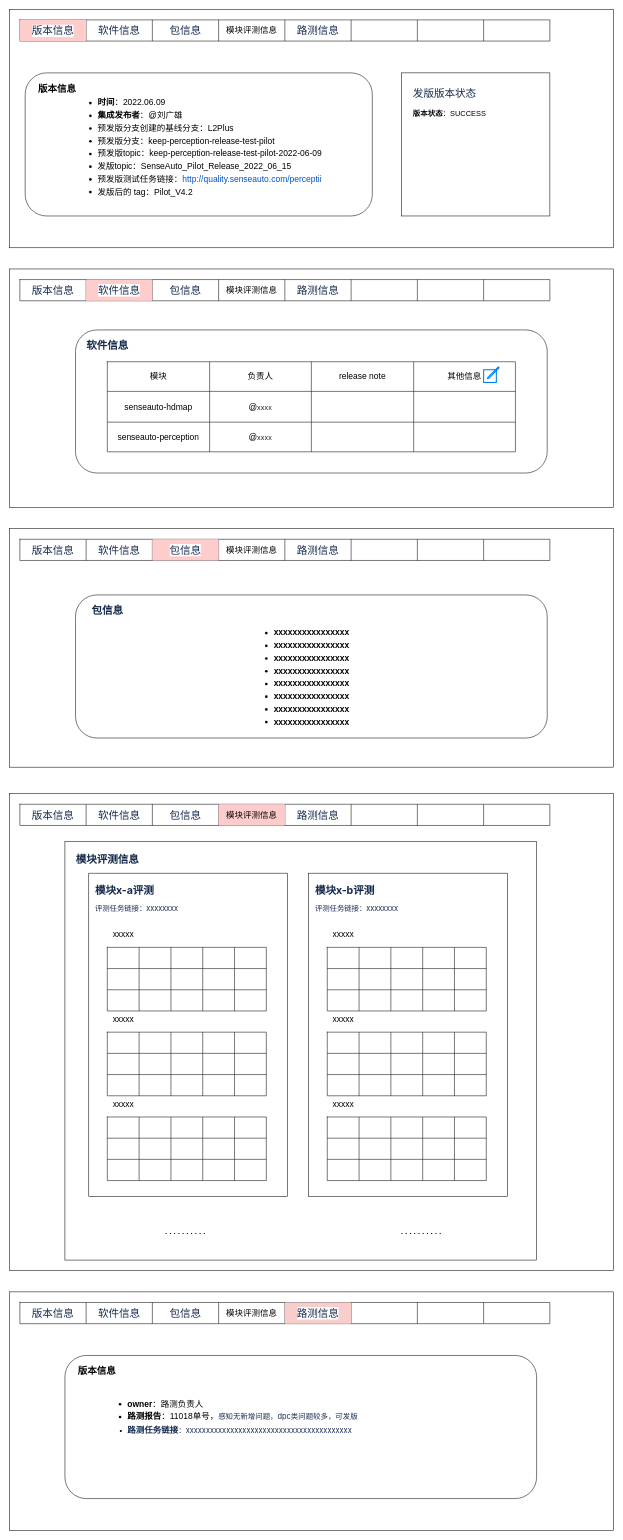
isAlbertYu/diagrams keeps this draw.io diagram as 发版测试报告.drawio. Above is the earlier version. Source tidied: cells renumbered, new cells numbered last; positions are measured from the earlier drawing's top-left corner, leaving out a move shared by most shapes. Both pictures are drawn from the tidied source at 53%, with x=0, y=0 at pixel (9, 9).
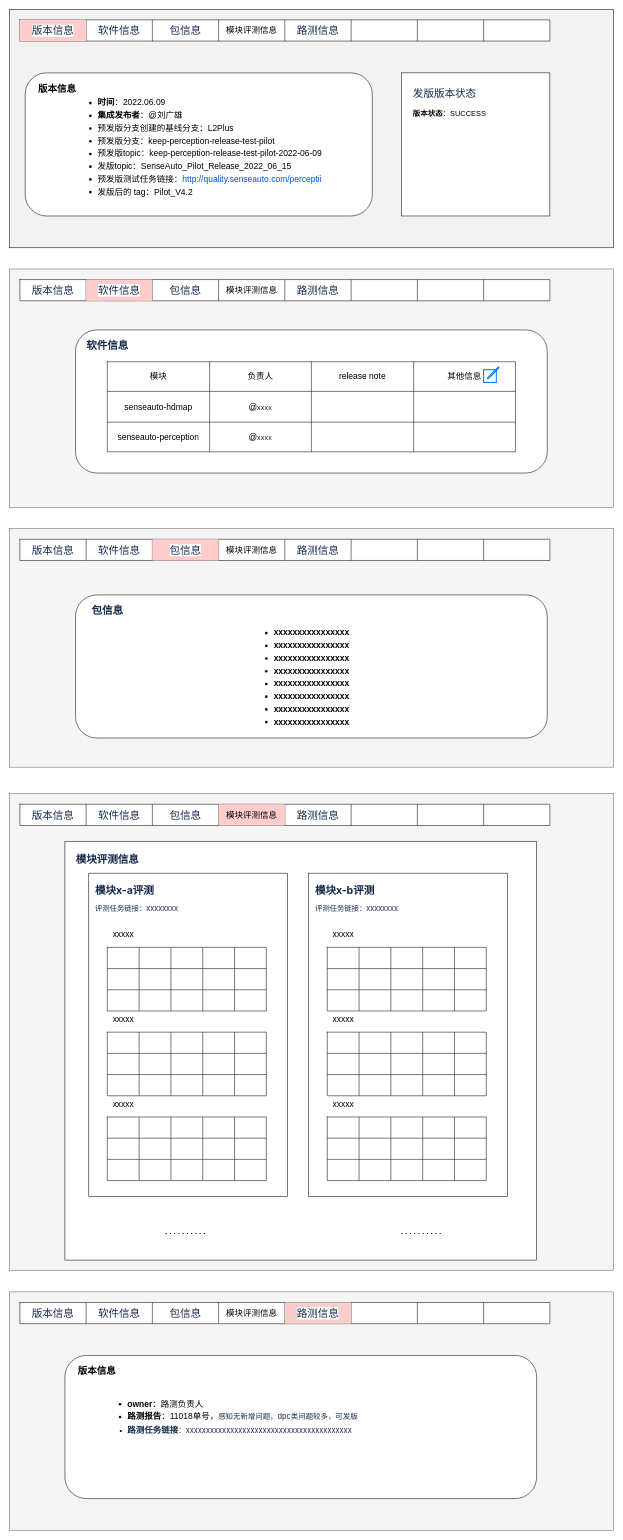
Above is the later version.

Commit message (it also covers changes not shown here):
Update 发版测试报告.drawio

The edit, as a diff of the source:
```diff
@@
-    <mxCell id="2" style="rounded=0;whiteSpace=wrap;html=1;" parent="1" vertex="1">
+    <mxCell id="2" style="rounded=0;whiteSpace=wrap;html=1;fillColor=#f5f5f5;fontColor=#333333;strokeColor=#666666;" parent="1" vertex="1">
       <mxGeometry y="980" width="1140" height="450" as="geometry" />
     </mxCell>
-    <mxCell id="3" style="rounded=0;whiteSpace=wrap;html=1;" parent="1" vertex="1">
+    <mxCell id="3" style="rounded=0;whiteSpace=wrap;html=1;fillColor=#f5f5f5;fontColor=#333333;strokeColor=#666666;" parent="1" vertex="1">
       <mxGeometry y="490" width="1140" height="450" as="geometry" />
     </mxCell>
-    <mxCell id="4" style="rounded=0;whiteSpace=wrap;html=1;" parent="1" vertex="1">
+    <mxCell id="4" style="rounded=0;whiteSpace=wrap;html=1;fillColor=#F2F2F2;" parent="1" vertex="1">
       <mxGeometry width="1140" height="450" as="geometry" />
     </mxCell>
@@
-    <mxCell id="60" style="rounded=0;whiteSpace=wrap;html=1;" parent="1" vertex="1">
+    <mxCell id="60" style="rounded=0;whiteSpace=wrap;html=1;fillColor=#f5f5f5;fontColor=#333333;strokeColor=#666666;" parent="1" vertex="1">
       <mxGeometry y="1480" width="1140" height="900" as="geometry" />
     </mxCell>
@@
-    <mxCell id="71" style="rounded=0;whiteSpace=wrap;html=1;" parent="1" vertex="1">
+    <mxCell id="71" style="rounded=0;whiteSpace=wrap;html=1;fillColor=#f5f5f5;fontColor=#333333;strokeColor=#666666;" parent="1" vertex="1">
       <mxGeometry y="2420" width="1140" height="450" as="geometry" />
     </mxCell>
```
